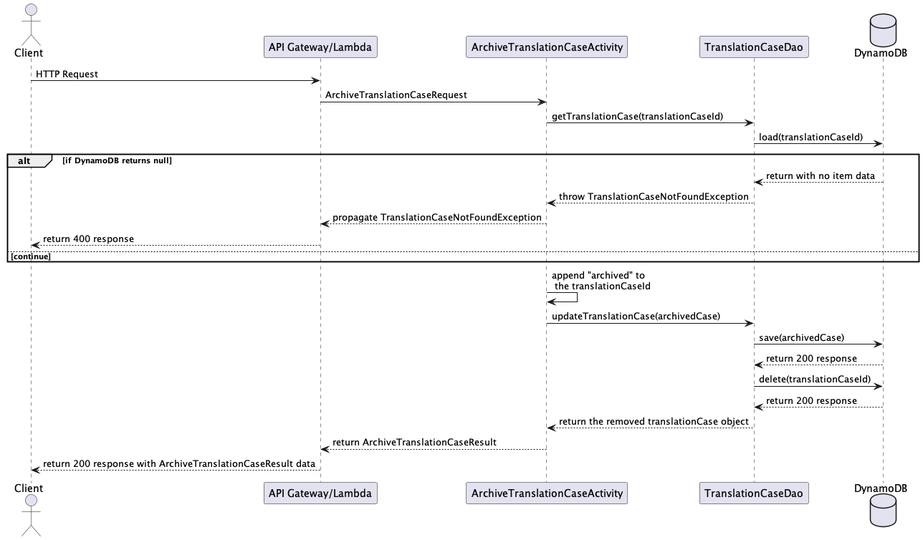
This is resources/images/ArchiveTranslationCase-Sequence.png from usedtothink/translation-tracker, a PlantUML export, as it was before one commit. Its diagram source:
```plantuml
@startuml

actor Client
participant "API Gateway/Lambda"
participant ArchiveTranslationCaseActivity
participant TranslationCaseDao
database    DynamoDB

Client -> "API Gateway/Lambda" : HTTP Request
"API Gateway/Lambda" -> ArchiveTranslationCaseActivity : ArchiveTranslationCaseRequest

ArchiveTranslationCaseActivity -> TranslationCaseDao : getTranslationCase(translationCaseId)
TranslationCaseDao -> DynamoDB : load(translationCaseId)

alt if DynamoDB returns null
    DynamoDB --> TranslationCaseDao: return with no item data
    TranslationCaseDao --> ArchiveTranslationCaseActivity: throw TranslationCaseNotFoundException
    ArchiveTranslationCaseActivity --> "API Gateway/Lambda": propagate TranslationCaseNotFoundException
    "API Gateway/Lambda" --> Client : return 400 response
else continue
end

ArchiveTranslationCaseActivity -> ArchiveTranslationCaseActivity : append "archived" to \n the translationCaseId

ArchiveTranslationCaseActivity -> TranslationCaseDao : updateTranslationCase(archivedCase)

TranslationCaseDao -> DynamoDB : save(archivedCase)
DynamoDB --> TranslationCaseDao : return 200 response

TranslationCaseDao -> DynamoDB : delete(translationCaseId)
DynamoDB --> TranslationCaseDao : return 200 response


TranslationCaseDao --> ArchiveTranslationCaseActivity : return the removed translationCase object
ArchiveTranslationCaseActivity --> "API Gateway/Lambda" : return ArchiveTranslationCaseResult
"API Gateway/Lambda" --> Client : return 200 response with ArchiveTranslationCaseResult data

@enduml
```
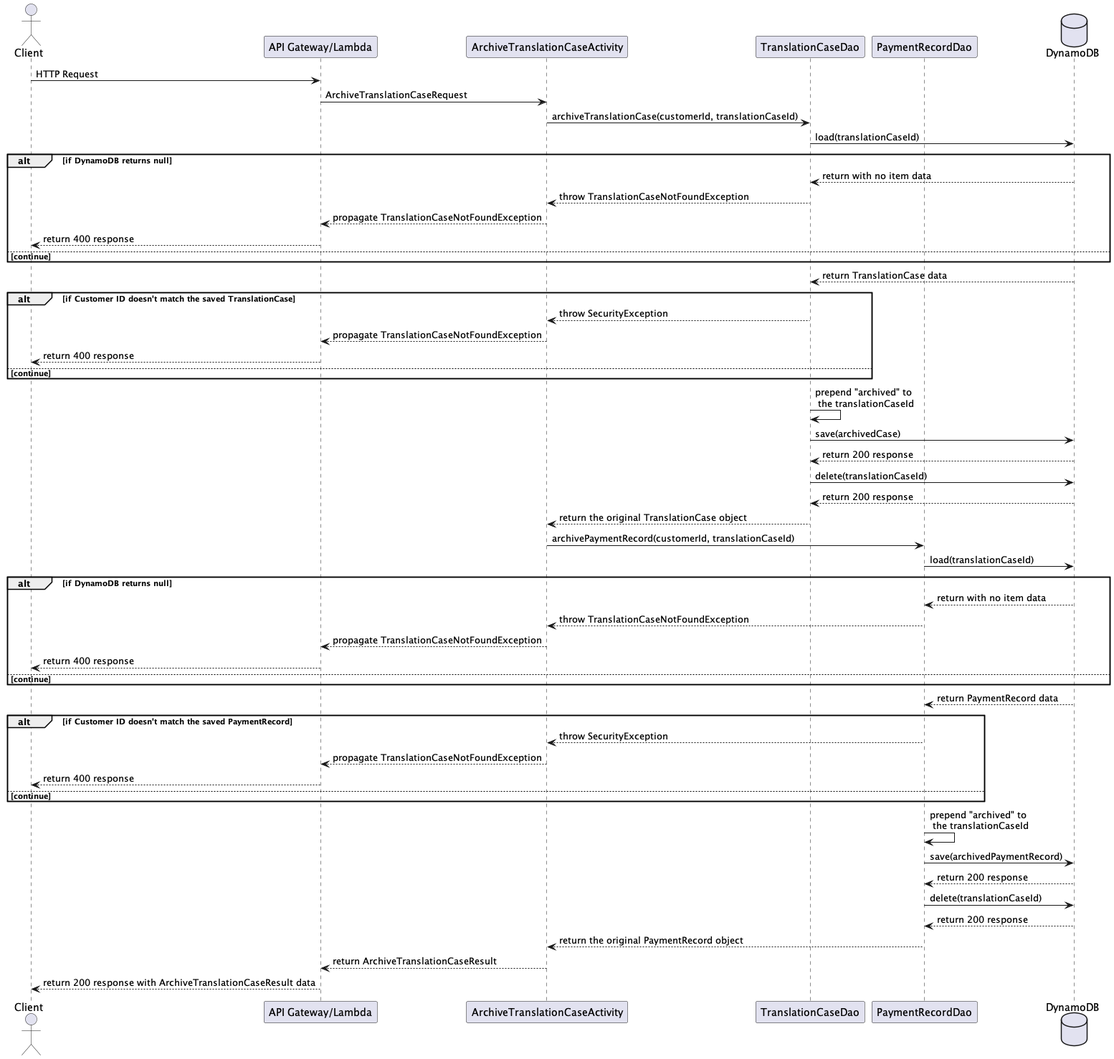
Above is the later version.

Change to the diagram source:
```diff
@@ -4,12 +4,13 @@
 participant "API Gateway/Lambda"
 participant ArchiveTranslationCaseActivity
 participant TranslationCaseDao
+participant PaymentRecordDao
 database    DynamoDB
 
 Client -> "API Gateway/Lambda" : HTTP Request
 "API Gateway/Lambda" -> ArchiveTranslationCaseActivity : ArchiveTranslationCaseRequest
 
-ArchiveTranslationCaseActivity -> TranslationCaseDao : getTranslationCase(translationCaseId)
+ArchiveTranslationCaseActivity -> TranslationCaseDao : archiveTranslationCase(customerId, translationCaseId)
 TranslationCaseDao -> DynamoDB : load(translationCaseId)
 
 alt if DynamoDB returns null
@@ -20,18 +21,49 @@
 else continue
 end
 
-ArchiveTranslationCaseActivity -> ArchiveTranslationCaseActivity : append "archived" to \n the translationCaseId
+DynamoDB --> TranslationCaseDao : return TranslationCase data
 
-ArchiveTranslationCaseActivity -> TranslationCaseDao : updateTranslationCase(archivedCase)
+alt if Customer ID doesn't match the saved TranslationCase
+    TranslationCaseDao --> ArchiveTranslationCaseActivity: throw SecurityException
+    ArchiveTranslationCaseActivity --> "API Gateway/Lambda": propagate TranslationCaseNotFoundException
+    "API Gateway/Lambda" --> Client : return 400 response
+else continue
+end
 
+TranslationCaseDao -> TranslationCaseDao : prepend "archived" to \n the translationCaseId
 TranslationCaseDao -> DynamoDB : save(archivedCase)
 DynamoDB --> TranslationCaseDao : return 200 response
-
 TranslationCaseDao -> DynamoDB : delete(translationCaseId)
 DynamoDB --> TranslationCaseDao : return 200 response
+TranslationCaseDao --> ArchiveTranslationCaseActivity : return the original TranslationCase object
 
+ArchiveTranslationCaseActivity -> PaymentRecordDao : archivePaymentRecord(customerId, translationCaseId)
+PaymentRecordDao -> DynamoDB : load(translationCaseId)
 
-TranslationCaseDao --> ArchiveTranslationCaseActivity : return the removed translationCase object
+alt if DynamoDB returns null
+    DynamoDB --> PaymentRecordDao: return with no item data
+    PaymentRecordDao --> ArchiveTranslationCaseActivity: throw TranslationCaseNotFoundException
+    ArchiveTranslationCaseActivity --> "API Gateway/Lambda": propagate TranslationCaseNotFoundException
+    "API Gateway/Lambda" --> Client : return 400 response
+else continue
+end
+
+DynamoDB --> PaymentRecordDao : return PaymentRecord data
+
+alt if Customer ID doesn't match the saved PaymentRecord
+    PaymentRecordDao --> ArchiveTranslationCaseActivity: throw SecurityException
+    ArchiveTranslationCaseActivity --> "API Gateway/Lambda": propagate TranslationCaseNotFoundException
+    "API Gateway/Lambda" --> Client : return 400 response
+else continue
+end
+
+PaymentRecordDao -> PaymentRecordDao : prepend "archived" to \n the translationCaseId
+PaymentRecordDao -> DynamoDB : save(archivedPaymentRecord)
+DynamoDB --> PaymentRecordDao : return 200 response
+PaymentRecordDao -> DynamoDB : delete(translationCaseId)
+DynamoDB --> PaymentRecordDao : return 200 response
+PaymentRecordDao --> ArchiveTranslationCaseActivity : return the original PaymentRecord object
+
 ArchiveTranslationCaseActivity --> "API Gateway/Lambda" : return ArchiveTranslationCaseResult
 "API Gateway/Lambda" --> Client : return 200 response with ArchiveTranslationCaseResult data
 
```
